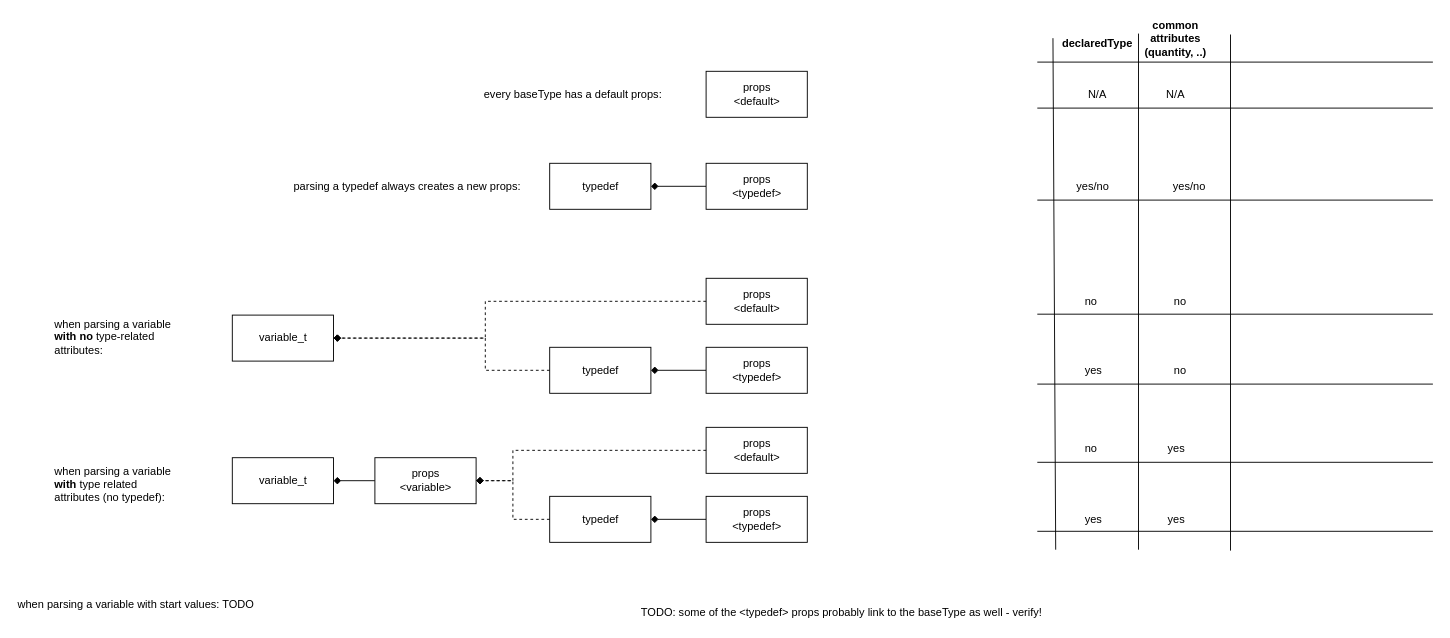
The draw.io diagram page "variable_ex" (3 of 4) of dev/diagrams/diagrams.drawio in modelon-community/fmi-library, before the edit. Source tidied: cells renumbered, new cells numbered last; positions are measured from the earlier drawing's top-left corner, leaving out a move shared by most shapes. Both pictures are drawn from the tidied source at 92%, with x=0, y=0 at pixel (16, 16).
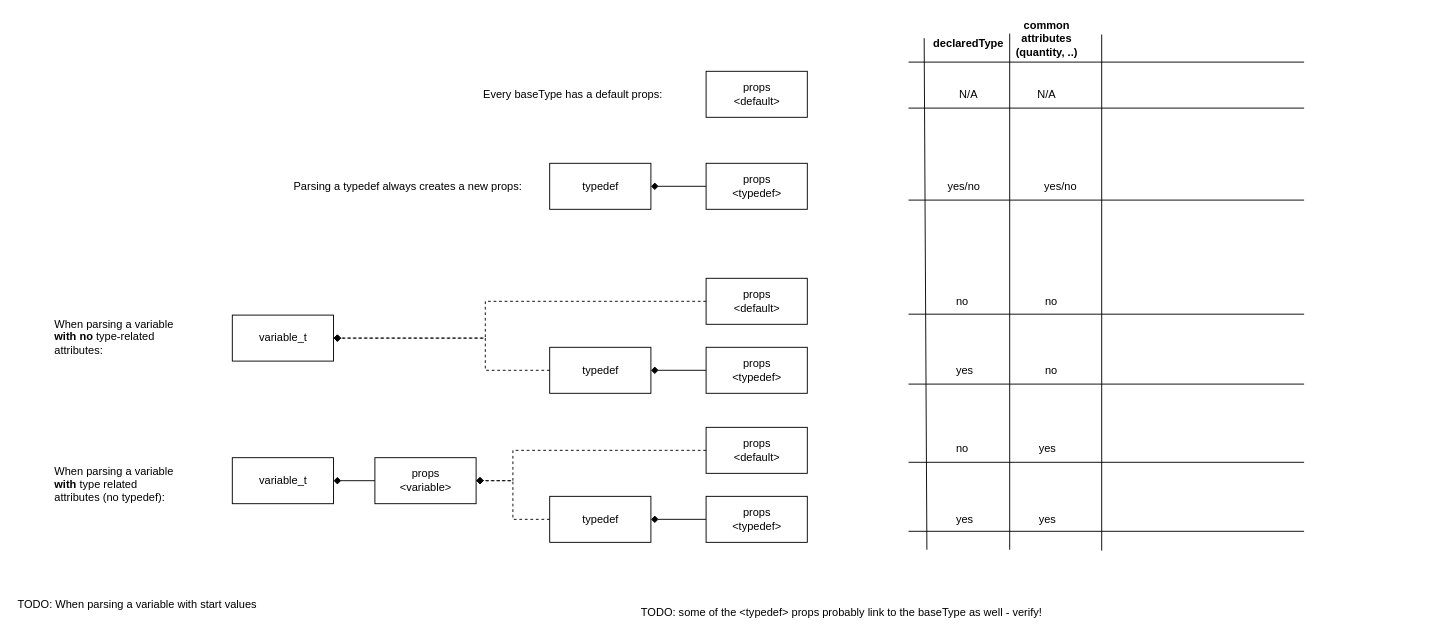
After the change.

Diff of the diagram source:
```diff
@@
-    <mxCell id="5" value="parsing a typedef always creates a new props:" style="text;html=1;align=left;verticalAlign=top;spacingTop=-4;" parent="1" vertex="1">
-      <mxGeometry x="300" y="175" width="260" height="20" as="geometry" />
+    <mxCell id="5" value="Parsing a typedef always creates a new props:" style="text;html=1;align=left;verticalAlign=top;spacingTop=-4;" parent="1" vertex="1">
+      <mxGeometry x="300" y="175" width="270" height="20" as="geometry" />
     </mxCell>
@@
-    <mxCell id="8" value="when parsing a variable&lt;br&gt;&lt;b&gt;with no&lt;/b&gt; type-related&lt;br&gt;attributes:" style="text;html=1;align=left;verticalAlign=top;spacingTop=-4;" parent="1" vertex="1">
-      <mxGeometry x="40" y="325" width="140" height="40" as="geometry" />
+    <mxCell id="8" value="When parsing a variable&lt;br&gt;&lt;b&gt;with no&lt;/b&gt; type-related&lt;br&gt;attributes:" style="text;html=1;align=left;verticalAlign=top;spacingTop=-4;" parent="1" vertex="1">
+      <mxGeometry x="40" y="325" width="150" height="50" as="geometry" />
     </mxCell>
-    <mxCell id="9" value="when parsing a variable&lt;br&gt;&lt;b&gt;with &lt;/b&gt;type related&lt;br&gt;attributes (no typedef):" style="text;html=1;align=left;verticalAlign=top;spacingTop=-4;" parent="1" vertex="1">
-      <mxGeometry x="40" y="485" width="140" height="40" as="geometry" />
+    <mxCell id="9" value="When parsing a variable&lt;br&gt;&lt;b&gt;with &lt;/b&gt;type related&lt;br&gt;attributes (no typedef):" style="text;html=1;align=left;verticalAlign=top;spacingTop=-4;" parent="1" vertex="1">
+      <mxGeometry x="40" y="485" width="150" height="50" as="geometry" />
     </mxCell>
@@
     <mxCell id="13" value="no" style="text;html=1;align=left;verticalAlign=top;spacingTop=-4;" parent="1" vertex="1">
-      <mxGeometry x="1160" y="300" width="30" height="20" as="geometry" />
+      <mxGeometry x="1020" y="300" width="30" height="20" as="geometry" />
     </mxCell>
     <mxCell id="14" value="yes" style="text;html=1;align=left;verticalAlign=top;spacingTop=-4;" parent="1" vertex="1">
-      <mxGeometry x="1160" y="375" width="30" height="20" as="geometry" />
+      <mxGeometry x="1020" y="375" width="30" height="20" as="geometry" />
     </mxCell>
@@
     <mxCell id="27" value="no" style="text;html=1;align=left;verticalAlign=top;spacingTop=-4;" parent="1" vertex="1">
-      <mxGeometry x="1160" y="460" width="30" height="20" as="geometry" />
+      <mxGeometry x="1020" y="460" width="30" height="20" as="geometry" />
     </mxCell>
     <mxCell id="28" value="yes" style="text;html=1;align=left;verticalAlign=top;spacingTop=-4;" parent="1" vertex="1">
-      <mxGeometry x="1160" y="537" width="30" height="20" as="geometry" />
+      <mxGeometry x="1020" y="537" width="30" height="20" as="geometry" />
     </mxCell>
     <mxCell id="29" value="&lt;b&gt;declaredType&lt;/b&gt;" style="text;html=1;align=center;verticalAlign=middle;points=[];" parent="1" vertex="1">
-      <mxGeometry x="1130" y="20" width="90" height="20" as="geometry" />
+      <mxGeometry x="990" y="20" width="90" height="20" as="geometry" />
     </mxCell>
     <mxCell id="30" style="endArrow=none;html=1;" parent="1" edge="1">
       <mxGeometry relative="1" as="geometry">
-        <mxPoint x="1110" y="324" as="sourcePoint" />
-        <mxPoint x="1540" y="324" as="targetPoint" />
+        <mxPoint x="970" y="324" as="sourcePoint" />
+        <mxPoint x="1400" y="324" as="targetPoint" />
       </mxGeometry>
     </mxCell>
     <mxCell id="31" style="endArrow=none;html=1;" parent="1" edge="1">
       <mxGeometry relative="1" as="geometry">
-        <mxPoint x="1110" y="400" as="sourcePoint" />
-        <mxPoint x="1540" y="400" as="targetPoint" />
+        <mxPoint x="970" y="400" as="sourcePoint" />
+        <mxPoint x="1400" y="400" as="targetPoint" />
       </mxGeometry>
     </mxCell>
     <mxCell id="32" style="endArrow=none;html=1;" parent="1" edge="1">
       <mxGeometry relative="1" as="geometry">
-        <mxPoint x="1110" y="485" as="sourcePoint" />
-        <mxPoint x="1540" y="485" as="targetPoint" />
+        <mxPoint x="970" y="485" as="sourcePoint" />
+        <mxPoint x="1400" y="485" as="targetPoint" />
       </mxGeometry>
     </mxCell>
     <mxCell id="33" style="endArrow=none;html=1;" parent="1" edge="1">
       <mxGeometry relative="1" as="geometry">
-        <mxPoint x="1110" y="560" as="sourcePoint" />
-        <mxPoint x="1540" y="560" as="targetPoint" />
+        <mxPoint x="970" y="560" as="sourcePoint" />
+        <mxPoint x="1400" y="560" as="targetPoint" />
       </mxGeometry>
     </mxCell>
     <mxCell id="34" style="endArrow=none;html=1;" parent="1" edge="1">
       <mxGeometry relative="1" as="geometry">
-        <mxPoint x="1110" y="200" as="sourcePoint" />
-        <mxPoint x="1540" y="200" as="targetPoint" />
+        <mxPoint x="970" y="200" as="sourcePoint" />
+        <mxPoint x="1400" y="200" as="targetPoint" />
       </mxGeometry>
     </mxCell>
     <mxCell id="35" style="endArrow=none;html=1;" parent="1" edge="1">
       <mxGeometry relative="1" as="geometry">
-        <mxPoint x="1110" y="100" as="sourcePoint" />
-        <mxPoint x="1540" y="100" as="targetPoint" />
+        <mxPoint x="970" y="100" as="sourcePoint" />
+        <mxPoint x="1400" y="100" as="targetPoint" />
       </mxGeometry>
     </mxCell>
     <mxCell id="36" style="endArrow=none;html=1;exitX=-0.033;exitY=0.2;exitDx=0;exitDy=0;exitPerimeter=0;" parent="1" edge="1" source="29">
       <mxGeometry relative="1" as="geometry">
-        <mxPoint x="1130" y="580" as="targetPoint" />
+        <mxPoint x="990" y="580" as="targetPoint" />
       </mxGeometry>
     </mxCell>
     <mxCell id="37" style="endArrow=none;html=1;" parent="1" edge="1">
       <mxGeometry relative="1" as="geometry">
-        <mxPoint x="1220" y="19" as="sourcePoint" />
-        <mxPoint x="1220" y="580" as="targetPoint" />
+        <mxPoint x="1080" y="19" as="sourcePoint" />
+        <mxPoint x="1080" y="580" as="targetPoint" />
       </mxGeometry>
     </mxCell>
     <mxCell id="38" style="endArrow=none;html=1;" parent="1" edge="1">
       <mxGeometry relative="1" as="geometry">
-        <mxPoint x="1110" y="50" as="sourcePoint" />
-        <mxPoint x="1540" y="50" as="targetPoint" />
+        <mxPoint x="970" y="50" as="sourcePoint" />
+        <mxPoint x="1400" y="50" as="targetPoint" />
       </mxGeometry>
     </mxCell>
     <mxCell id="39" value="common&lt;br&gt;attributes&lt;br&gt;(quantity, ..)" style="text;html=1;align=center;verticalAlign=middle;fontStyle=1;" parent="1" vertex="1">
-      <mxGeometry x="1220" width="80" height="50" as="geometry" />
+      <mxGeometry x="1080" width="80" height="50" as="geometry" />
     </mxCell>
     <mxCell id="40" style="endArrow=none;html=1;" parent="1" edge="1">
       <mxGeometry relative="1" as="geometry">
-        <mxPoint x="1320" y="20" as="sourcePoint" />
-        <mxPoint x="1320" y="581" as="targetPoint" />
+        <mxPoint x="1180" y="20" as="sourcePoint" />
+        <mxPoint x="1180" y="581" as="targetPoint" />
       </mxGeometry>
     </mxCell>
     <mxCell id="41" value="yes/no" style="text;html=1;align=center;verticalAlign=middle;" parent="1" vertex="1">
-      <mxGeometry x="1145" y="175" width="50" height="20" as="geometry" />
+      <mxGeometry x="1005" y="175" width="50" height="20" as="geometry" />
     </mxCell>
-    <mxCell id="42" value="every baseType has a default props:" style="text;html=1;align=center;verticalAlign=middle;" parent="1" vertex="1">
-      <mxGeometry x="500" y="75" width="210" height="20" as="geometry" />
+    <mxCell id="42" value="Every baseType has a default props:" style="text;html=1;align=center;verticalAlign=middle;" parent="1" vertex="1">
+      <mxGeometry x="495" y="70" width="220" height="30" as="geometry" />
     </mxCell>
     <mxCell id="43" value="no" style="text;html=1;align=center;verticalAlign=middle;" parent="1" vertex="1">
-      <mxGeometry x="1250" y="300" width="30" height="20" as="geometry" />
+      <mxGeometry x="1110" y="300" width="30" height="20" as="geometry" />
     </mxCell>
     <mxCell id="44" value="no" style="text;html=1;align=center;verticalAlign=middle;" parent="1" vertex="1">
-      <mxGeometry x="1250" y="375" width="30" height="20" as="geometry" />
+      <mxGeometry x="1110" y="375" width="30" height="20" as="geometry" />
     </mxCell>
     <mxCell id="45" value="yes" style="text;html=1;align=left;verticalAlign=top;spacingTop=-4;" parent="1" vertex="1">
-      <mxGeometry x="1250" y="460" width="30" height="20" as="geometry" />
+      <mxGeometry x="1110" y="460" width="30" height="20" as="geometry" />
     </mxCell>
     <mxCell id="46" value="yes" style="text;html=1;align=left;verticalAlign=top;spacingTop=-4;" parent="1" vertex="1">
-      <mxGeometry x="1250" y="537" width="30" height="20" as="geometry" />
+      <mxGeometry x="1110" y="537" width="30" height="20" as="geometry" />
     </mxCell>
     <mxCell id="47" value="N/A" style="text;html=1;align=center;verticalAlign=middle;" parent="1" vertex="1">
-      <mxGeometry x="1155" y="75" width="40" height="20" as="geometry" />
+      <mxGeometry x="1015" y="75" width="40" height="20" as="geometry" />
     </mxCell>
     <mxCell id="48" value="N/A" style="text;html=1;align=center;verticalAlign=middle;" parent="1" vertex="1">
-      <mxGeometry x="1240" y="75" width="40" height="20" as="geometry" />
+      <mxGeometry x="1100" y="75" width="40" height="20" as="geometry" />
     </mxCell>
     <mxCell id="49" value="yes/no" style="text;html=1;align=center;verticalAlign=middle;" parent="1" vertex="1">
-      <mxGeometry x="1250" y="175" width="50" height="20" as="geometry" />
+      <mxGeometry x="1110" y="175" width="50" height="20" as="geometry" />
     </mxCell>
-    <mxCell id="50" value="when parsing a variable with start values: TODO" style="text;html=1;align=left;verticalAlign=top;spacingTop=-4;" parent="1" vertex="1">
-      <mxGeometry y="630" width="270" height="20" as="geometry" />
+    <mxCell id="50" value="TODO: When parsing a variable with start values" style="text;html=1;align=left;verticalAlign=top;spacingTop=-4;" parent="1" vertex="1">
+      <mxGeometry y="630" width="280" height="20" as="geometry" />
     </mxCell>
```
